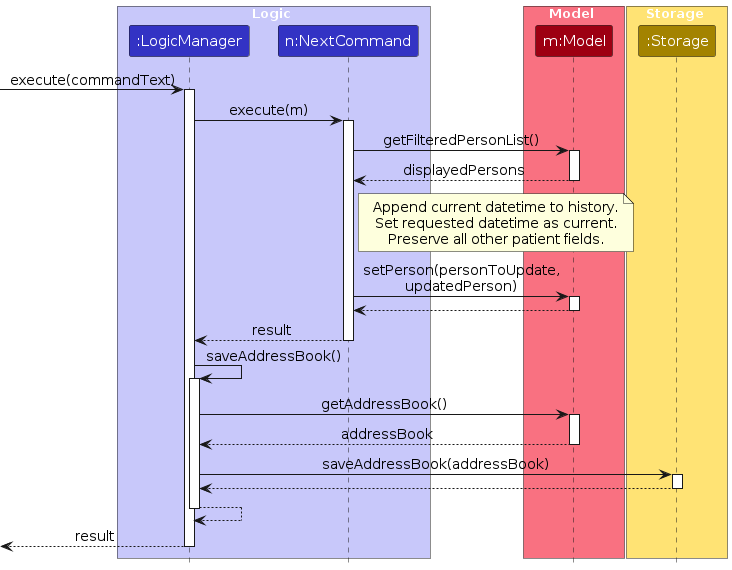
Above: diagrams/NextSequenceDiagram.png in AY2627S1-CS2103T-T09-4/tp (PlantUML), before the change. Its source is kept beside it as diagrams/NextSequenceDiagram.puml.
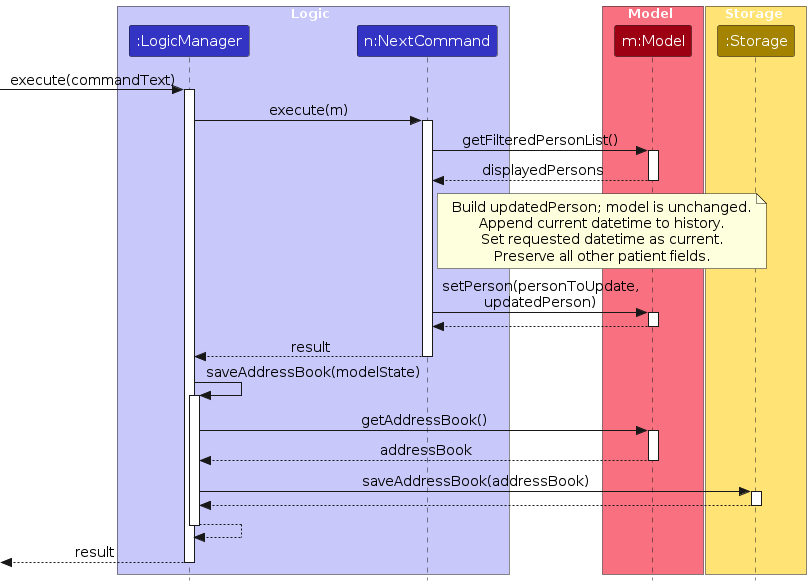
Above is the later version.

The edit, as a diff of the source:
```diff
@@ -1,5 +1,6 @@
 @startuml
 !include style.puml
+skinparam style strictuml
 skinparam ArrowFontStyle plain
 
 skinparam ParticipantPadding 6
@@ -40,6 +41,7 @@
 deactivate Model
 
 note right of NextCommand
+  Build updatedPerson; model is unchanged.
   Append current datetime to history.
   Set requested datetime as current.
   Preserve all other patient fields.
@@ -53,7 +55,7 @@
 NextCommand --> LogicManager : result
 deactivate NextCommand
 
-LogicManager -> LogicManager : saveAddressBook()
+LogicManager -> LogicManager : saveAddressBook(modelState)
 activate LogicManager
 LogicManager -> Model : getAddressBook()
 activate Model
```
